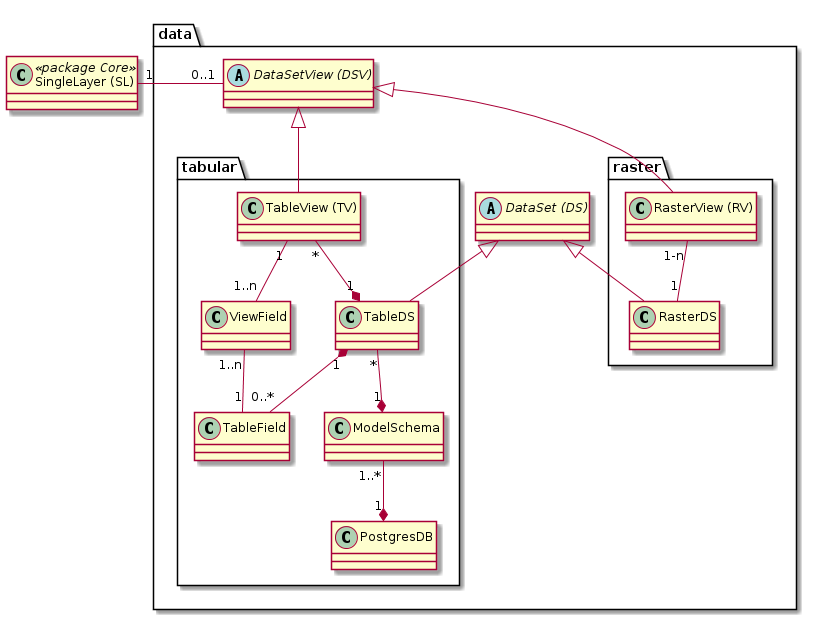
Above: puml_output/simi_data.png in simi-so/mm (PlantUML), before the change.
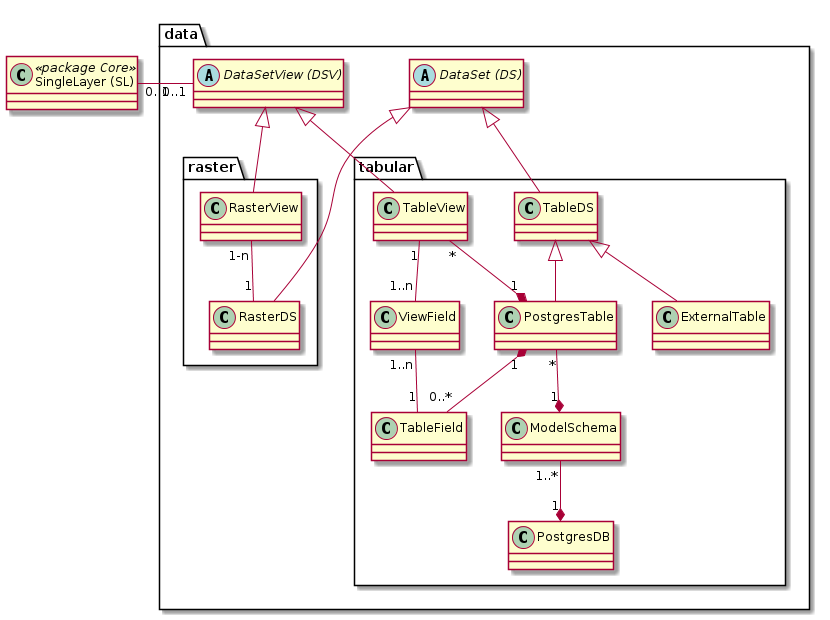
Later version of the same file.

Change to the diagram source:
```diff
@@ -7,20 +7,25 @@
 abstract class "DataSet (DS)" as ds
 
 package tabular {
-class "TableView (TV)" as tv
+class "TableView" as tv
+class "TableDS" as tds
+class "PostgresTable" as pt
+class "ExternalTable" as et
 class "TableDS" as tds
 class "PostgresDB" as pdb
 class "TableField" as tf
 class "ViewField" as vf
 class "ModelSchema" as ms
 
-sl "1" -right- "0..1" dsv : "     "
+tds <|-- pt
+tds <|-- et
 
-tv "*" --* "1" tds
+sl "0..1" -right- "0..1" dsv : "     "
 
+tv "*" --* "1" pt
 
-tds "*" --* "1" ms
-tds "1" *-- "0..*" tf
+pt "*" --* "1" ms
+pt "1" *-- "0..*" tf
 
 tv "1" -- "1..n" vf
 vf "1..n" -- "1" tf
@@ -29,13 +34,11 @@
 }
 
 package "raster"{
-class "RasterView (RV)" as rv
+class "RasterView" as rv
 class "RasterDS" as rds
 
 rv "1-n" -- "1" rds
 }
-
-
 }
 
 dsv <|-- rv
```
